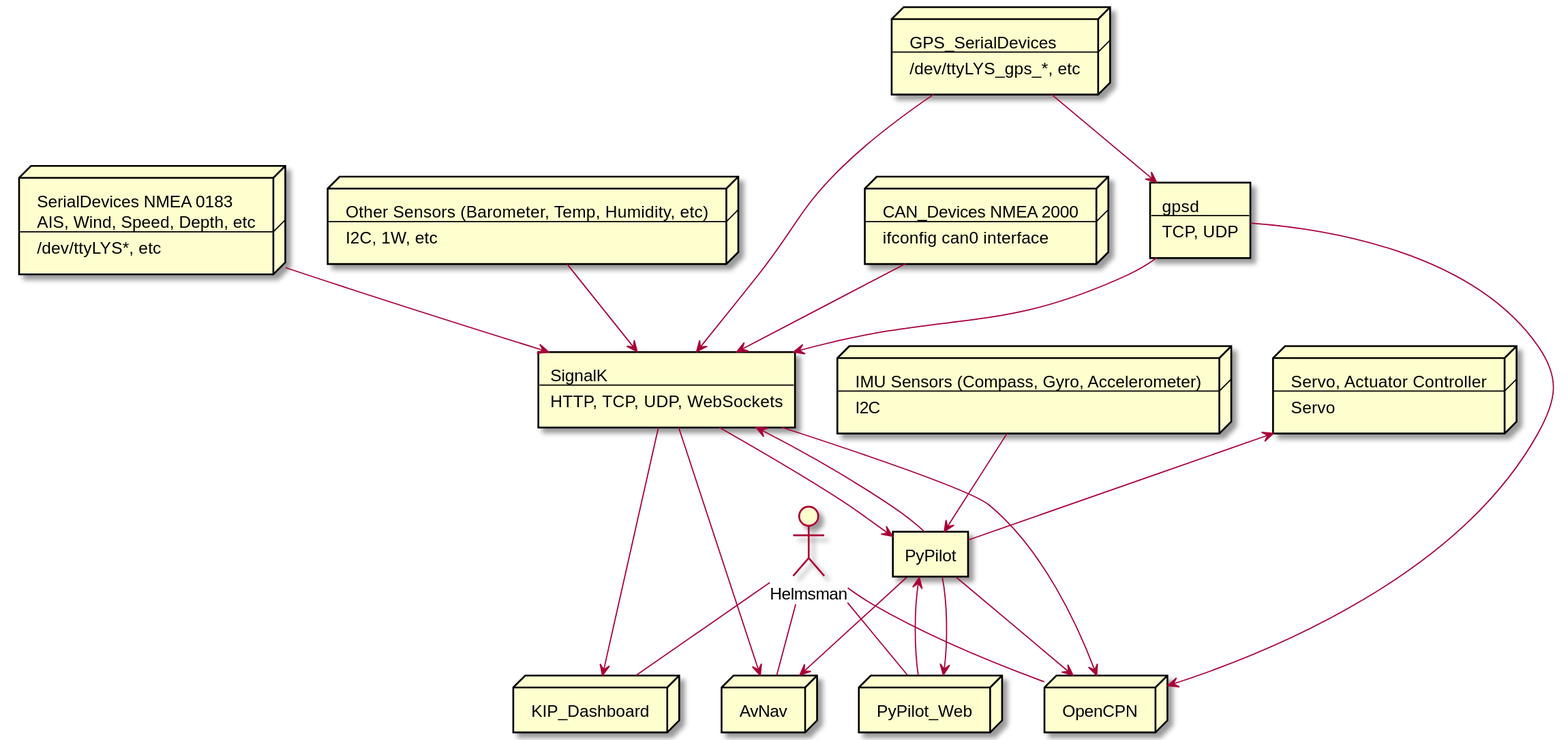
Earlier version of the PlantUML export docs/images/bbn-os-data-flow.svg (bareboat-necessities/my-bareboat). The source it was exported from:
```plantuml
@startuml
actor Helmsman [
 Helmsman
]
node OpenCPN [
 OpenCPN
]
node AvNav [
 AvNav
]
node PyPilot_Web [
 PyPilot_Web
]
node KIP_Dashboard [
 KIP_Dashboard
]
rectangle gpsd [
 gpsd
 ----
 TCP, UDP
]
rectangle SignalK [
 SignalK
 ----
 HTTP, TCP, UDP, WebSockets
]
rectangle PyPilot [
 PyPilot
]
node GPS_SerialDevices [
 GPS_SerialDevices
 ----
 /dev/ttyLYS_gps_*, etc
]
node CanBus_Devices [
 CAN_Devices NMEA 2000
 ----
 ifconfig can0 interface
]
node SerialDevices [
 SerialDevices NMEA 0183
 AIS, Wind, Speed, Depth, etc
 ----
 /dev/ttyLYS*, etc
]
node OtherSensors [
 Other Sensors (Barometer, Temp, Humidity, etc)
 ----
 I2C, 1W, etc
]
node IMU [
 IMU Sensors (Compass, Gyro, Accelerometer)
 ----
 I2C
]
node Servo [
 Servo, Actuator Controller
 ----
 Servo
]

GPS_SerialDevices --> gpsd
GPS_SerialDevices --> SignalK
SerialDevices --> SignalK
CanBus_Devices --> SignalK
OtherSensors --> SignalK
IMU --> PyPilot
Servo <-- PyPilot
gpsd --> SignalK
gpsd --> OpenCPN
PyPilot --> OpenCPN
PyPilot --> AvNav
PyPilot --> SignalK
SignalK --> OpenCPN
SignalK --> PyPilot
SignalK --> AvNav
SignalK --> KIP_Dashboard

PyPilot <-- PyPilot_Web
PyPilot --> PyPilot_Web

Helmsman -- PyPilot_Web
Helmsman -- OpenCPN
Helmsman -- AvNav
Helmsman -- KIP_Dashboard

@enduml
```
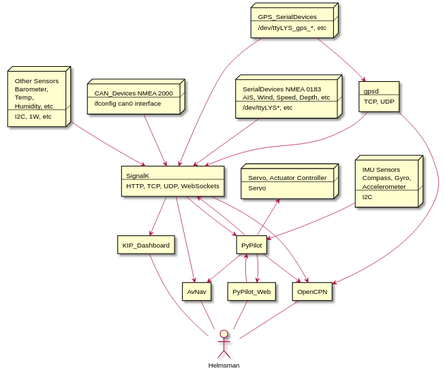
Above is the later version.

Commit message:
better diagrams

Change to the diagram source:
```diff
@@ -2,16 +2,16 @@
 actor Helmsman [
  Helmsman
 ]
-node OpenCPN [
+rectangle OpenCPN [
  OpenCPN
 ]
-node AvNav [
+rectangle AvNav [
  AvNav
 ]
-node PyPilot_Web [
+rectangle PyPilot_Web [
  PyPilot_Web
 ]
-node KIP_Dashboard [
+rectangle KIP_Dashboard [
  KIP_Dashboard
 ]
 rectangle gpsd [
@@ -44,12 +44,17 @@
  /dev/ttyLYS*, etc
 ]
 node OtherSensors [
- Other Sensors (Barometer, Temp, Humidity, etc)
+ Other Sensors
+ Barometer,
+ Temp,
+ Humidity, etc
  ----
  I2C, 1W, etc
 ]
 node IMU [
- IMU Sensors (Compass, Gyro, Accelerometer)
+ IMU Sensors
+ Compass, Gyro,
+ Accelerometer
  ----
  I2C
 ]
@@ -79,9 +84,9 @@
 PyPilot <-- PyPilot_Web
 PyPilot --> PyPilot_Web
 
-Helmsman -- PyPilot_Web
-Helmsman -- OpenCPN
-Helmsman -- AvNav
-Helmsman -- KIP_Dashboard
+Helmsman -u- PyPilot_Web
+Helmsman -u- OpenCPN
+Helmsman -u- AvNav
+Helmsman -u- KIP_Dashboard
 
 @enduml
```
